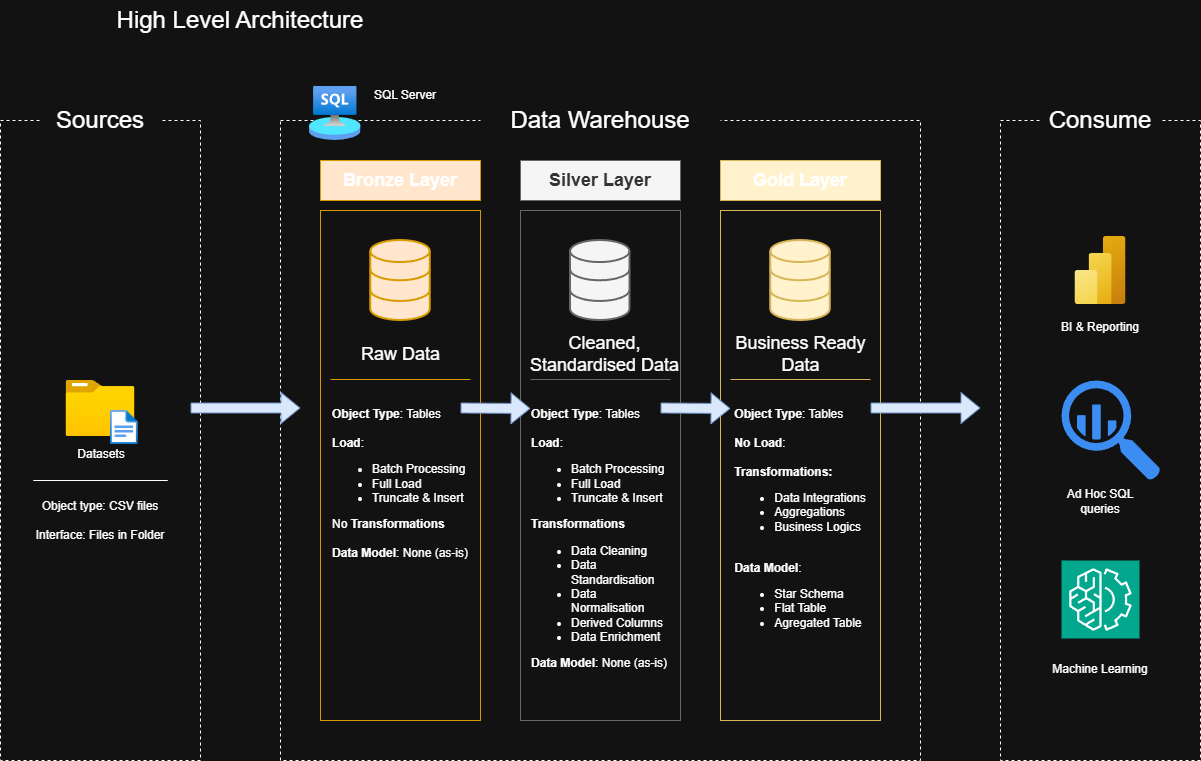
Earlier version of the draw.io export docs/Data_architecture.drawio.png (Daven88/sql-retail-store-project-data-warehouse). Source tidied: cells renumbered, new cells last; positions are measured from the earlier drawing's top-left corner, leaving out a move shared by most shapes. The source it was exported from:
```xml
<mxGraphModel>
  <root>
    <mxCell id="0" />
    <mxCell id="1" parent="0" />
    <mxCell id="2" style="rounded=0;whiteSpace=wrap;html=1;fillColor=none;dashed=1;" parent="1" vertex="1">
      <mxGeometry y="120" width="200" height="640" as="geometry" />
    </mxCell>
    <mxCell id="3" value="&lt;font style=&quot;font-size: 24px;&quot;&gt;Sources&lt;/font&gt;" style="rounded=0;whiteSpace=wrap;html=1;fillColor=default;strokeColor=none;" parent="1" vertex="1">
      <mxGeometry x="40" y="100" width="120" height="40" as="geometry" />
    </mxCell>
    <mxCell id="4" style="rounded=0;whiteSpace=wrap;html=1;fillColor=none;dashed=1;" parent="1" vertex="1">
      <mxGeometry x="280" y="120" width="640" height="640" as="geometry" />
    </mxCell>
    <mxCell id="5" value="&lt;font style=&quot;font-size: 24px;&quot;&gt;Data Warehouse&lt;/font&gt;" style="rounded=0;whiteSpace=wrap;html=1;fillColor=default;strokeColor=none;" parent="1" vertex="1">
      <mxGeometry x="480" y="100" width="240" height="40" as="geometry" />
    </mxCell>
    <mxCell id="6" style="rounded=0;whiteSpace=wrap;html=1;fillColor=none;dashed=1;" parent="1" vertex="1">
      <mxGeometry x="1000" y="120" width="200" height="640" as="geometry" />
    </mxCell>
    <mxCell id="7" value="&lt;font style=&quot;font-size: 24px;&quot;&gt;Consume&lt;/font&gt;" style="rounded=0;whiteSpace=wrap;html=1;fillColor=default;strokeColor=none;" parent="1" vertex="1">
      <mxGeometry x="1040" y="100" width="120" height="40" as="geometry" />
    </mxCell>
    <mxCell id="8" value="&lt;font style=&quot;font-size: 18px;&quot;&gt;&lt;b&gt;Bronze Layer&lt;/b&gt;&lt;/font&gt;" style="rounded=0;whiteSpace=wrap;html=1;fillColor=#ffe6cc;strokeColor=#d79b00;" parent="1" vertex="1">
      <mxGeometry x="320" y="160" width="160" height="40" as="geometry" />
    </mxCell>
    <mxCell id="9" style="rounded=0;whiteSpace=wrap;html=1;fillColor=none;strokeColor=#d79b00;" parent="1" vertex="1">
      <mxGeometry x="320" y="210" width="160" height="510" as="geometry" />
    </mxCell>
    <mxCell id="10" style="rounded=0;whiteSpace=wrap;html=1;fillColor=none;strokeColor=#666666;fontColor=#333333;" parent="1" vertex="1">
      <mxGeometry x="520" y="210" width="160" height="510" as="geometry" />
    </mxCell>
    <mxCell id="11" style="rounded=0;whiteSpace=wrap;html=1;fillColor=none;strokeColor=#d6b656;" parent="1" vertex="1">
      <mxGeometry x="720" y="210" width="160" height="510" as="geometry" />
    </mxCell>
    <mxCell id="12" value="&lt;font style=&quot;font-size: 18px;&quot;&gt;&lt;b&gt;Silver Layer&lt;/b&gt;&lt;/font&gt;" style="rounded=0;whiteSpace=wrap;html=1;fillColor=#f5f5f5;strokeColor=#666666;fontColor=#333333;" parent="1" vertex="1">
      <mxGeometry x="520" y="160" width="160" height="40" as="geometry" />
    </mxCell>
    <mxCell id="13" value="&lt;font style=&quot;font-size: 18px;&quot;&gt;&lt;b&gt;Gold Layer&lt;/b&gt;&lt;/font&gt;" style="rounded=0;whiteSpace=wrap;html=1;fillColor=#fff2cc;strokeColor=#d6b656;" parent="1" vertex="1">
      <mxGeometry x="720" y="160" width="160" height="40" as="geometry" />
    </mxCell>
    <mxCell id="14" value="&lt;font style=&quot;font-size: 24px;&quot;&gt;High Level Architecture&lt;/font&gt;" style="rounded=0;whiteSpace=wrap;html=1;fillColor=none;strokeColor=none;" parent="1" vertex="1">
      <mxGeometry width="480" height="40" as="geometry" />
    </mxCell>
    <mxCell id="15" style="image;html=1;align=center;fontSize=12;image=img/lib/azure2/general/Folder_Blank.svg;" parent="1" vertex="1">
      <mxGeometry x="65.5" y="380" width="69" height="56" as="geometry" />
    </mxCell>
    <mxCell id="16" style="image;html=1;align=center;fontSize=12;image=img/lib/azure2/general/File.svg;" parent="1" vertex="1">
      <mxGeometry x="110" y="410" width="27.6" height="34" as="geometry" />
    </mxCell>
    <mxCell id="17" value="Datasets" style="rounded=0;whiteSpace=wrap;html=1;fillColor=none;strokeColor=none;" parent="1" vertex="1">
      <mxGeometry x="65.5" y="444" width="70" height="20" as="geometry" />
    </mxCell>
    <mxCell id="18" style="endArrow=none;html=1;rounded=0;" parent="1" edge="1">
      <mxGeometry relative="1" as="geometry">
        <mxPoint x="167.2" y="480" as="sourcePoint" />
        <mxPoint x="32.8" y="480" as="targetPoint" />
      </mxGeometry>
    </mxCell>
    <mxCell id="19" value="Object type: CSV files&lt;div&gt;&lt;br&gt;&lt;/div&gt;&lt;div&gt;Interface: Files in Folder&lt;/div&gt;" style="rounded=0;whiteSpace=wrap;html=1;fillColor=none;strokeColor=none;" parent="1" vertex="1">
      <mxGeometry x="25" y="490" width="150" height="60" as="geometry" />
    </mxCell>
    <mxCell id="20" style="html=1;verticalLabelPosition=bottom;align=center;labelBackgroundColor=#ffffff;verticalAlign=top;strokeWidth=2;strokeColor=#d79b00;shadow=0;dashed=0;shape=mxgraph.ios7.icons.data;fillColor=#ffe6cc;" parent="1" vertex="1">
      <mxGeometry x="370.2" y="240" width="59.5" height="80" as="geometry" />
    </mxCell>
    <mxCell id="21" style="shape=flexArrow;endArrow=classic;html=1;rounded=0;fillColor=#dae8fc;strokeColor=#6c8ebf;" parent="1" edge="1">
      <mxGeometry relative="1" as="geometry">
        <mxPoint x="190" y="407.5" as="sourcePoint" />
        <mxPoint x="300" y="407.5" as="targetPoint" />
      </mxGeometry>
    </mxCell>
    <mxCell id="22" style="shape=flexArrow;endArrow=classic;html=1;rounded=0;fillColor=#dae8fc;strokeColor=#6c8ebf;" parent="1" edge="1">
      <mxGeometry relative="1" as="geometry">
        <mxPoint x="460" y="407.5" as="sourcePoint" />
        <mxPoint x="530" y="408" as="targetPoint" />
      </mxGeometry>
    </mxCell>
    <mxCell id="23" style="shape=flexArrow;endArrow=classic;html=1;rounded=0;fillColor=#dae8fc;strokeColor=#6c8ebf;" parent="1" edge="1">
      <mxGeometry relative="1" as="geometry">
        <mxPoint x="660" y="407.5" as="sourcePoint" />
        <mxPoint x="730" y="408" as="targetPoint" />
      </mxGeometry>
    </mxCell>
    <mxCell id="24" style="shape=flexArrow;endArrow=classic;html=1;rounded=0;fillColor=#dae8fc;strokeColor=#6c8ebf;" parent="1" edge="1">
      <mxGeometry relative="1" as="geometry">
        <mxPoint x="870" y="407.5" as="sourcePoint" />
        <mxPoint x="980" y="407.5" as="targetPoint" />
      </mxGeometry>
    </mxCell>
    <mxCell id="25" value="Raw Data" style="rounded=0;whiteSpace=wrap;html=1;fillColor=none;strokeColor=none;fontSize=18;" parent="1" vertex="1">
      <mxGeometry x="347.5" y="344" width="105" height="20" as="geometry" />
    </mxCell>
    <mxCell id="26" value="&lt;font style=&quot;font-size: 18px;&quot;&gt;Cleaned, Standardised Data&lt;/font&gt;" style="rounded=0;whiteSpace=wrap;html=1;fillColor=none;strokeColor=none;" parent="1" vertex="1">
      <mxGeometry x="527.5" y="336" width="152.5" height="36" as="geometry" />
    </mxCell>
    <mxCell id="27" value="&lt;font style=&quot;font-size: 18px;&quot;&gt;Business Ready Data&lt;/font&gt;" style="rounded=0;whiteSpace=wrap;html=1;fillColor=none;strokeColor=none;" parent="1" vertex="1">
      <mxGeometry x="723.8" y="344" width="152.5" height="20" as="geometry" />
    </mxCell>
    <mxCell id="28" value="&lt;div style=&quot;text-align: left;&quot;&gt;&lt;span style=&quot;background-color: transparent; color: light-dark(rgb(0, 0, 0), rgb(255, 255, 255));&quot;&gt;&lt;b&gt;Object Type&lt;/b&gt;: Tables&lt;/span&gt;&lt;/div&gt;&lt;div&gt;&lt;br&gt;&lt;div style=&quot;text-align: left;&quot;&gt;&lt;span style=&quot;background-color: transparent; color: light-dark(rgb(0, 0, 0), rgb(255, 255, 255));&quot;&gt;&lt;b&gt;Load&lt;/b&gt;:&lt;/span&gt;&lt;/div&gt;&lt;div style=&quot;text-align: left;&quot;&gt;&lt;ul&gt;&lt;li&gt;&lt;span style=&quot;background-color: transparent; color: light-dark(rgb(0, 0, 0), rgb(255, 255, 255));&quot;&gt;Batch Processing&lt;/span&gt;&lt;/li&gt;&lt;li&gt;&lt;span style=&quot;background-color: transparent; color: light-dark(rgb(0, 0, 0), rgb(255, 255, 255));&quot;&gt;Full Load&lt;/span&gt;&lt;/li&gt;&lt;li&gt;&lt;span style=&quot;background-color: transparent; color: light-dark(rgb(0, 0, 0), rgb(255, 255, 255));&quot;&gt;Truncate &amp;amp; Insert&lt;/span&gt;&lt;/li&gt;&lt;/ul&gt;&lt;div&gt;No &lt;b&gt;Transformations&lt;/b&gt;&lt;/div&gt;&lt;div&gt;&lt;br&gt;&lt;/div&gt;&lt;div&gt;&lt;b&gt;Data Model&lt;/b&gt;: None (as-is)&lt;/div&gt;&lt;/div&gt;&lt;div&gt;&lt;br&gt;&lt;/div&gt;&lt;div&gt;&lt;br&gt;&lt;/div&gt;&lt;/div&gt;" style="rounded=0;whiteSpace=wrap;html=1;verticalAlign=top;fillColor=none;strokeColor=none;" parent="1" vertex="1">
      <mxGeometry x="330" y="400" width="140" height="320" as="geometry" />
    </mxCell>
    <mxCell id="29" value="&lt;div style=&quot;text-align: left;&quot;&gt;&lt;span style=&quot;background-color: transparent; color: light-dark(rgb(0, 0, 0), rgb(255, 255, 255));&quot;&gt;&lt;b&gt;Object Type&lt;/b&gt;: Tables&lt;/span&gt;&lt;/div&gt;&lt;div&gt;&lt;br&gt;&lt;div style=&quot;text-align: left;&quot;&gt;&lt;span style=&quot;background-color: transparent; color: light-dark(rgb(0, 0, 0), rgb(255, 255, 255));&quot;&gt;&lt;b&gt;Load&lt;/b&gt;:&lt;/span&gt;&lt;/div&gt;&lt;div style=&quot;text-align: left;&quot;&gt;&lt;ul&gt;&lt;li&gt;&lt;span style=&quot;background-color: transparent; color: light-dark(rgb(0, 0, 0), rgb(255, 255, 255));&quot;&gt;Batch Processing&lt;/span&gt;&lt;/li&gt;&lt;li&gt;&lt;span style=&quot;background-color: transparent; color: light-dark(rgb(0, 0, 0), rgb(255, 255, 255));&quot;&gt;Full Load&lt;/span&gt;&lt;/li&gt;&lt;li&gt;&lt;span style=&quot;background-color: transparent; color: light-dark(rgb(0, 0, 0), rgb(255, 255, 255));&quot;&gt;Truncate &amp;amp; Insert&lt;/span&gt;&lt;/li&gt;&lt;/ul&gt;&lt;div&gt;&lt;b&gt;Transformations&lt;/b&gt;&lt;/div&gt;&lt;div&gt;&lt;ul&gt;&lt;li&gt;Data Cleaning&lt;/li&gt;&lt;li&gt;Data Standardisation&lt;/li&gt;&lt;li&gt;Data Normalisation&lt;/li&gt;&lt;li&gt;Derived Columns&lt;/li&gt;&lt;li&gt;Data Enrichment&lt;/li&gt;&lt;/ul&gt;&lt;/div&gt;&lt;div&gt;&lt;b&gt;Data Model&lt;/b&gt;: None (as-is)&lt;/div&gt;&lt;/div&gt;&lt;div&gt;&lt;br&gt;&lt;/div&gt;&lt;div&gt;&lt;br&gt;&lt;/div&gt;&lt;/div&gt;" style="rounded=0;whiteSpace=wrap;html=1;verticalAlign=top;fillColor=none;strokeColor=none;" parent="1" vertex="1">
      <mxGeometry x="530" y="400" width="140" height="320" as="geometry" />
    </mxCell>
    <mxCell id="30" value="&lt;div style=&quot;text-align: left;&quot;&gt;&lt;span style=&quot;background-color: transparent; color: light-dark(rgb(0, 0, 0), rgb(255, 255, 255));&quot;&gt;&lt;b&gt;Object Type&lt;/b&gt;: Tables&lt;/span&gt;&lt;/div&gt;&lt;div&gt;&lt;br&gt;&lt;div style=&quot;text-align: left;&quot;&gt;&lt;span style=&quot;background-color: transparent; color: light-dark(rgb(0, 0, 0), rgb(255, 255, 255));&quot;&gt;&lt;b&gt;No Load&lt;/b&gt;:&lt;/span&gt;&lt;/div&gt;&lt;div style=&quot;text-align: left;&quot;&gt;&lt;span style=&quot;background-color: transparent; color: light-dark(rgb(0, 0, 0), rgb(255, 255, 255));&quot;&gt;&lt;br&gt;&lt;/span&gt;&lt;/div&gt;&lt;div style=&quot;text-align: left;&quot;&gt;&lt;div&gt;&lt;b&gt;Transformations:&lt;/b&gt;&lt;/div&gt;&lt;div&gt;&lt;ul&gt;&lt;li&gt;Data Integrations&lt;/li&gt;&lt;li&gt;Aggregations&lt;/li&gt;&lt;li&gt;Business Logics&lt;/li&gt;&lt;/ul&gt;&lt;/div&gt;&lt;div&gt;&lt;br&gt;&lt;/div&gt;&lt;div&gt;&lt;b&gt;Data Model&lt;/b&gt;:&amp;nbsp;&lt;/div&gt;&lt;div&gt;&lt;ul&gt;&lt;li&gt;Star Schema&lt;/li&gt;&lt;li&gt;Flat Table&lt;/li&gt;&lt;li&gt;Agregated Table&lt;/li&gt;&lt;/ul&gt;&lt;/div&gt;&lt;/div&gt;&lt;div&gt;&lt;br&gt;&lt;/div&gt;&lt;div&gt;&lt;br&gt;&lt;/div&gt;&lt;/div&gt;" style="rounded=0;whiteSpace=wrap;html=1;verticalAlign=top;fillColor=none;strokeColor=none;" parent="1" vertex="1">
      <mxGeometry x="730" y="400" width="140" height="320" as="geometry" />
    </mxCell>
    <mxCell id="31" style="endArrow=none;html=1;rounded=0;fillColor=#ffe6cc;strokeColor=#d79b00;" parent="1" edge="1">
      <mxGeometry relative="1" as="geometry">
        <mxPoint x="330" y="379" as="sourcePoint" />
        <mxPoint x="470" y="379" as="targetPoint" />
      </mxGeometry>
    </mxCell>
    <mxCell id="32" style="endArrow=none;html=1;rounded=0;fillColor=#f5f5f5;strokeColor=#666666;" parent="1" edge="1">
      <mxGeometry relative="1" as="geometry">
        <mxPoint x="530" y="379" as="sourcePoint" />
        <mxPoint x="670" y="379" as="targetPoint" />
      </mxGeometry>
    </mxCell>
    <mxCell id="33" style="endArrow=none;html=1;rounded=0;fillColor=#fff2cc;strokeColor=#d6b656;" parent="1" edge="1">
      <mxGeometry relative="1" as="geometry">
        <mxPoint x="730" y="379" as="sourcePoint" />
        <mxPoint x="870" y="379" as="targetPoint" />
      </mxGeometry>
    </mxCell>
    <mxCell id="34" style="image;html=1;align=center;fontSize=12;image=img/lib/azure2/analytics/Power_BI_Embedded.svg;" parent="1" vertex="1">
      <mxGeometry x="1074.5" y="236" width="51" height="68" as="geometry" />
    </mxCell>
    <mxCell id="35" value="BI &amp;amp; Reporting" style="rounded=0;whiteSpace=wrap;html=1;fillColor=none;strokeColor=none;" parent="1" vertex="1">
      <mxGeometry x="1045" y="318" width="110" height="18" as="geometry" />
    </mxCell>
    <mxCell id="36" style="sketch=0;html=1;strokeColor=none;shadow=0;fillColor=#3B8DF1;verticalAlign=top;labelPosition=center;verticalLabelPosition=bottom;shape=mxgraph.gcp2.big_query;" parent="1" vertex="1">
      <mxGeometry x="1061" y="380" width="99" height="100" as="geometry" />
    </mxCell>
    <mxCell id="37" value="Ad Hoc SQL queries" style="rounded=0;whiteSpace=wrap;html=1;fillColor=none;strokeColor=none;" parent="1" vertex="1">
      <mxGeometry x="1045" y="492" width="110" height="18" as="geometry" />
    </mxCell>
    <mxCell id="38" style="sketch=0;fontColor=#232F3E;fillColor=#01A88D;strokeColor=#ffffff;dashed=0;verticalLabelPosition=bottom;verticalAlign=top;align=center;html=1;fontSize=12;fontStyle=0;shape=mxgraph.aws4.resourceIcon;resIcon=mxgraph.aws4.machine_learning;" parent="1" vertex="1">
      <mxGeometry x="1061" y="560" width="78" height="78" as="geometry" />
    </mxCell>
    <mxCell id="39" value="Machine Learning" style="rounded=0;whiteSpace=wrap;html=1;fillColor=none;strokeColor=none;" parent="1" vertex="1">
      <mxGeometry x="1045" y="660" width="110" height="18" as="geometry" />
    </mxCell>
    <mxCell id="40" style="image;html=1;align=center;fontSize=12;image=img/lib/azure2/other/Arc_SQL_Server.svg;" parent="1" vertex="1">
      <mxGeometry x="309" y="86" width="51.5" height="54" as="geometry" />
    </mxCell>
    <mxCell id="41" value="SQL Server" style="rounded=0;whiteSpace=wrap;html=1;fillColor=none;strokeColor=none;" parent="1" vertex="1">
      <mxGeometry x="350" y="86" width="110" height="18" as="geometry" />
    </mxCell>
    <mxCell id="42" style="html=1;verticalLabelPosition=bottom;align=center;labelBackgroundColor=#ffffff;verticalAlign=top;strokeWidth=2;strokeColor=#666666;shadow=0;dashed=0;shape=mxgraph.ios7.icons.data;fillColor=#f5f5f5;fontColor=#333333;" parent="1" vertex="1">
      <mxGeometry x="570" y="240" width="59.5" height="80" as="geometry" />
    </mxCell>
    <mxCell id="43" style="html=1;verticalLabelPosition=bottom;align=center;labelBackgroundColor=#ffffff;verticalAlign=top;strokeWidth=2;strokeColor=#d6b656;shadow=0;dashed=0;shape=mxgraph.ios7.icons.data;fillColor=#fff2cc;" parent="1" vertex="1">
      <mxGeometry x="770.2" y="240" width="59.5" height="80" as="geometry" />
    </mxCell>
  </root>
</mxGraphModel>
```
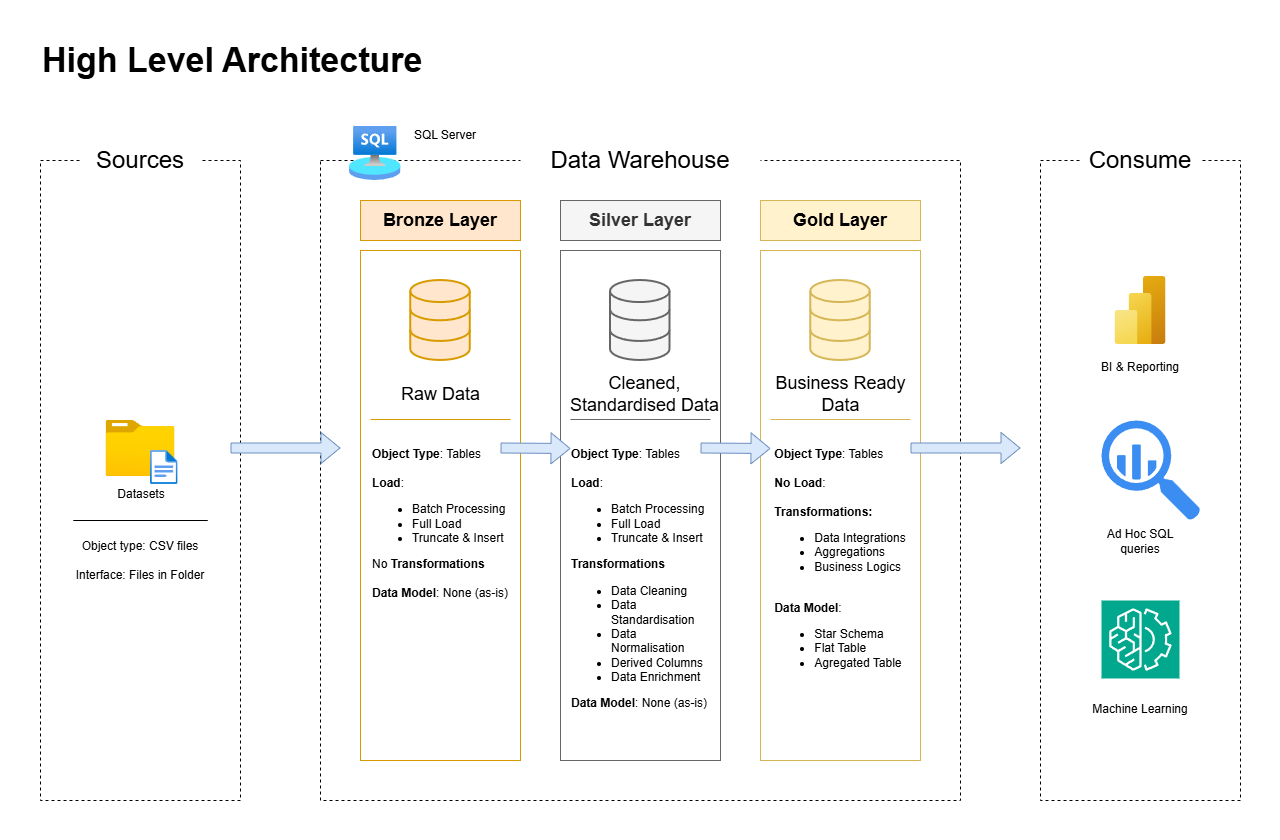
After the change.

Change to the diagram source:
```diff
@@ -38,7 +38,7 @@
     <mxCell id="13" value="&lt;font style=&quot;font-size: 18px;&quot;&gt;&lt;b&gt;Gold Layer&lt;/b&gt;&lt;/font&gt;" style="rounded=0;whiteSpace=wrap;html=1;fillColor=#fff2cc;strokeColor=#d6b656;" parent="1" vertex="1">
       <mxGeometry x="720" y="160" width="160" height="40" as="geometry" />
     </mxCell>
-    <mxCell id="14" value="&lt;font style=&quot;font-size: 24px;&quot;&gt;High Level Architecture&lt;/font&gt;" style="rounded=0;whiteSpace=wrap;html=1;fillColor=none;strokeColor=none;" parent="1" vertex="1">
+    <mxCell id="14" value="&lt;font&gt;High Level Architecture&lt;/font&gt;" style="rounded=0;whiteSpace=wrap;html=1;fillColor=none;strokeColor=none;align=left;fontSize=34;fontStyle=1;" parent="1" vertex="1">
       <mxGeometry width="480" height="40" as="geometry" />
     </mxCell>
     <mxCell id="15" style="image;html=1;align=center;fontSize=12;image=img/lib/azure2/general/Folder_Blank.svg;" parent="1" vertex="1">
@@ -152,5 +152,8 @@
     <mxCell id="43" style="html=1;verticalLabelPosition=bottom;align=center;labelBackgroundColor=#ffffff;verticalAlign=top;strokeWidth=2;strokeColor=#d6b656;shadow=0;dashed=0;shape=mxgraph.ios7.icons.data;fillColor=#fff2cc;" parent="1" vertex="1">
       <mxGeometry x="770.2" y="240" width="59.5" height="80" as="geometry" />
     </mxCell>
+    <mxCell id="44" style="rounded=0;whiteSpace=wrap;html=1;fillColor=none;strokeColor=none;" parent="1" vertex="1">
+      <mxGeometry x="-40" y="-40" width="1280" height="840" as="geometry" />
+    </mxCell>
   </root>
 </mxGraphModel>
```
